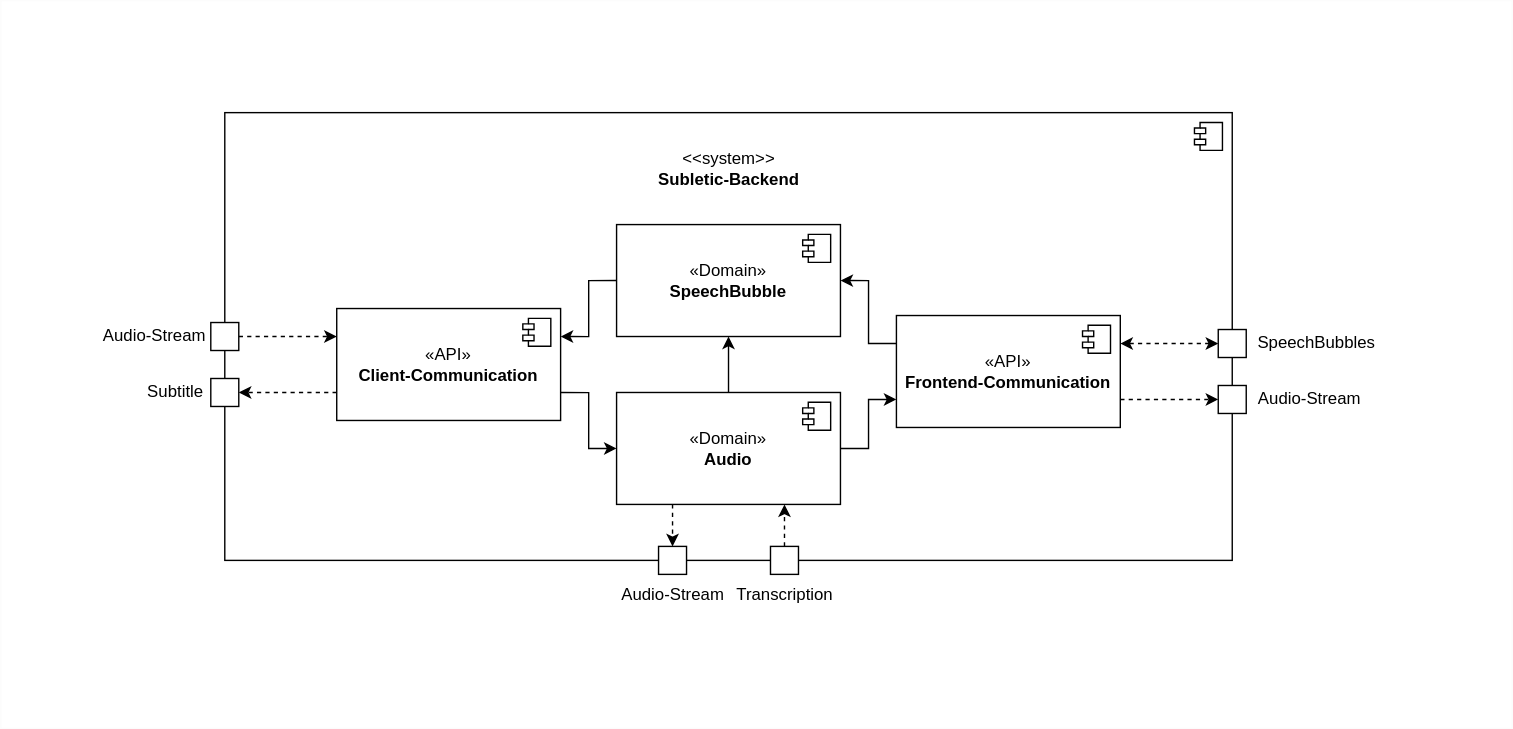
Before: TechnicalDocumentation/arc42/img/Bausteinsicht_1_Backend.drawio.svg, a diagram exported from draw.io (Subletic/Documentation). Source tidied: cells renumbered, new cells last; positions are measured from the earlier drawing's top-left corner, leaving out a move shared by most shapes. Its diagram source:
```xml
<mxGraphModel>
  <root>
    <mxCell id="0" />
    <mxCell id="1" parent="0" />
    <mxCell id="2" style="rounded=0;whiteSpace=wrap;html=1;strokeColor=#FCFCFC;" parent="1" vertex="1">
      <mxGeometry width="1080" height="520" as="geometry" />
    </mxCell>
    <mxCell id="3" style="html=1;whiteSpace=wrap;" parent="1" vertex="1">
      <mxGeometry x="160" y="80" width="720" height="320" as="geometry" />
    </mxCell>
    <mxCell id="4" style="shape=module;jettyWidth=8;jettyHeight=4;" parent="3" vertex="1">
      <mxGeometry x="1" width="20" height="20" relative="1" as="geometry">
        <mxPoint x="-27" y="7" as="offset" />
      </mxGeometry>
    </mxCell>
    <mxCell id="5" style="edgeStyle=orthogonalEdgeStyle;rounded=0;jettySize=auto;html=1;exitX=0;exitY=0.75;exitDx=0;exitDy=0;entryX=1;entryY=0.5;entryDx=0;entryDy=0;dashed=1;" parent="1" edge="1" source="6" target="24">
      <mxGeometry relative="1" as="geometry" />
    </mxCell>
    <mxCell id="6" value="«API»&lt;br&gt;&lt;b&gt;Client-Communication&lt;/b&gt;" style="html=1;whiteSpace=wrap;" parent="1" vertex="1">
      <mxGeometry x="240" y="220" width="160" height="80" as="geometry" />
    </mxCell>
    <mxCell id="7" style="shape=module;jettyWidth=8;jettyHeight=4;" parent="6" vertex="1">
      <mxGeometry x="1" width="20" height="20" relative="1" as="geometry">
        <mxPoint x="-27" y="7" as="offset" />
      </mxGeometry>
    </mxCell>
    <mxCell id="8" style="rounded=0;jettySize=auto;html=1;exitX=0.5;exitY=0;exitDx=0;exitDy=0;entryX=0.5;entryY=1;entryDx=0;entryDy=0;endArrow=classic;endFill=1;" parent="1" edge="1" source="10" target="12">
      <mxGeometry relative="1" as="geometry" />
    </mxCell>
    <mxCell id="9" style="edgeStyle=orthogonalEdgeStyle;rounded=0;jettySize=auto;html=1;exitX=0.25;exitY=1;exitDx=0;exitDy=0;entryX=0.5;entryY=0;entryDx=0;entryDy=0;dashed=1;" parent="1" edge="1" source="10" target="26">
      <mxGeometry relative="1" as="geometry" />
    </mxCell>
    <mxCell id="10" value="«Domain»&lt;br&gt;&lt;b&gt;Audio&lt;/b&gt;" style="html=1;whiteSpace=wrap;" parent="1" vertex="1">
      <mxGeometry x="440" y="280" width="160" height="80" as="geometry" />
    </mxCell>
    <mxCell id="11" style="shape=module;jettyWidth=8;jettyHeight=4;" parent="10" vertex="1">
      <mxGeometry x="1" width="20" height="20" relative="1" as="geometry">
        <mxPoint x="-27" y="7" as="offset" />
      </mxGeometry>
    </mxCell>
    <mxCell id="12" value="«Domain»&lt;br&gt;&lt;b&gt;SpeechBubble&lt;/b&gt;" style="html=1;whiteSpace=wrap;" parent="1" vertex="1">
      <mxGeometry x="440" y="160" width="160" height="80" as="geometry" />
    </mxCell>
    <mxCell id="13" style="shape=module;jettyWidth=8;jettyHeight=4;" parent="12" vertex="1">
      <mxGeometry x="1" width="20" height="20" relative="1" as="geometry">
        <mxPoint x="-27" y="7" as="offset" />
      </mxGeometry>
    </mxCell>
    <mxCell id="14" style="edgeStyle=orthogonalEdgeStyle;rounded=0;jettySize=auto;html=1;exitX=1;exitY=0.75;exitDx=0;exitDy=0;entryX=0;entryY=0.5;entryDx=0;entryDy=0;dashed=1;" parent="1" edge="1" source="15" target="33">
      <mxGeometry relative="1" as="geometry" />
    </mxCell>
    <mxCell id="15" value="«API»&lt;br&gt;&lt;b&gt;Frontend-Communication&lt;/b&gt;" style="html=1;whiteSpace=wrap;" parent="1" vertex="1">
      <mxGeometry x="640" y="225" width="160" height="80" as="geometry" />
    </mxCell>
    <mxCell id="16" style="shape=module;jettyWidth=8;jettyHeight=4;" parent="15" vertex="1">
      <mxGeometry x="1" width="20" height="20" relative="1" as="geometry">
        <mxPoint x="-27" y="7" as="offset" />
      </mxGeometry>
    </mxCell>
    <mxCell id="17" style="endArrow=classic;html=1;rounded=0;entryX=0;entryY=0.75;entryDx=0;entryDy=0;exitX=1;exitY=0.5;exitDx=0;exitDy=0;edgeStyle=orthogonalEdgeStyle;endFill=1;" parent="1" edge="1" source="10" target="15">
      <mxGeometry relative="1" as="geometry" />
    </mxCell>
    <mxCell id="18" style="endArrow=none;html=1;rounded=0;entryX=0;entryY=0.25;entryDx=0;entryDy=0;exitX=1;exitY=0.5;exitDx=0;exitDy=0;edgeStyle=orthogonalEdgeStyle;endFill=0;startArrow=classic;startFill=1;" parent="1" edge="1" source="12" target="15">
      <mxGeometry relative="1" as="geometry" />
    </mxCell>
    <mxCell id="19" style="endArrow=classic;html=1;rounded=0;entryX=0;entryY=0.5;entryDx=0;entryDy=0;exitX=1;exitY=0.75;exitDx=0;exitDy=0;edgeStyle=orthogonalEdgeStyle;endFill=1;" parent="1" edge="1" source="6" target="10">
      <mxGeometry relative="1" as="geometry" />
    </mxCell>
    <mxCell id="20" style="endArrow=none;html=1;rounded=0;entryX=0;entryY=0.5;entryDx=0;entryDy=0;exitX=1;exitY=0.25;exitDx=0;exitDy=0;edgeStyle=orthogonalEdgeStyle;startArrow=classic;startFill=1;" parent="1" edge="1" source="6" target="12">
      <mxGeometry relative="1" as="geometry" />
    </mxCell>
    <mxCell id="21" style="edgeStyle=orthogonalEdgeStyle;rounded=0;jettySize=auto;html=1;entryX=0;entryY=0.25;entryDx=0;entryDy=0;dashed=1;" parent="1" edge="1" source="22" target="6">
      <mxGeometry relative="1" as="geometry" />
    </mxCell>
    <mxCell id="22" style="rounded=0;whiteSpace=wrap;html=1;" parent="1" vertex="1">
      <mxGeometry x="150" y="230" width="20" height="20" as="geometry" />
    </mxCell>
    <mxCell id="23" value="Audio-Stream" style="text;html=1;strokeColor=none;fillColor=none;align=center;verticalAlign=middle;whiteSpace=wrap;rounded=0;" parent="1" vertex="1">
      <mxGeometry x="70" y="225" width="80" height="30" as="geometry" />
    </mxCell>
    <mxCell id="24" style="rounded=0;whiteSpace=wrap;html=1;" parent="1" vertex="1">
      <mxGeometry x="150" y="270" width="20" height="20" as="geometry" />
    </mxCell>
    <mxCell id="25" value="Subtitle" style="text;html=1;strokeColor=none;fillColor=none;align=center;verticalAlign=middle;whiteSpace=wrap;rounded=0;" parent="1" vertex="1">
      <mxGeometry x="100" y="265" width="50" height="30" as="geometry" />
    </mxCell>
    <mxCell id="26" style="rounded=0;whiteSpace=wrap;html=1;" parent="1" vertex="1">
      <mxGeometry x="470" y="390" width="20" height="20" as="geometry" />
    </mxCell>
    <mxCell id="27" style="edgeStyle=orthogonalEdgeStyle;rounded=0;jettySize=auto;html=1;exitX=0.5;exitY=0;exitDx=0;exitDy=0;entryX=0.75;entryY=1;entryDx=0;entryDy=0;dashed=1;" parent="1" edge="1" source="28" target="10">
      <mxGeometry relative="1" as="geometry" />
    </mxCell>
    <mxCell id="28" style="rounded=0;whiteSpace=wrap;html=1;" parent="1" vertex="1">
      <mxGeometry x="550" y="390" width="20" height="20" as="geometry" />
    </mxCell>
    <mxCell id="29" value="Transcription" style="text;html=1;align=center;verticalAlign=middle;strokeColor=none;fillColor=none;rotation=0;" parent="1" vertex="1">
      <mxGeometry x="515" y="410" width="90" height="30" as="geometry" />
    </mxCell>
    <mxCell id="30" value="Audio-Stream" style="text;html=1;align=center;verticalAlign=middle;strokeColor=none;fillColor=none;rotation=0;" parent="1" vertex="1">
      <mxGeometry x="430" y="410" width="100" height="30" as="geometry" />
    </mxCell>
    <mxCell id="31" style="edgeStyle=orthogonalEdgeStyle;rounded=0;jettySize=auto;html=1;exitX=0;exitY=0.5;exitDx=0;exitDy=0;entryX=1;entryY=0.25;entryDx=0;entryDy=0;dashed=1;startArrow=classic;startFill=1;" parent="1" edge="1" source="32" target="15">
      <mxGeometry relative="1" as="geometry" />
    </mxCell>
    <mxCell id="32" style="rounded=0;whiteSpace=wrap;html=1;" parent="1" vertex="1">
      <mxGeometry x="870" y="235" width="20" height="20" as="geometry" />
    </mxCell>
    <mxCell id="33" style="rounded=0;whiteSpace=wrap;html=1;" parent="1" vertex="1">
      <mxGeometry x="870" y="275" width="20" height="20" as="geometry" />
    </mxCell>
    <mxCell id="34" value="&lt;div&gt;&amp;lt;&amp;lt;system&amp;gt;&amp;gt;&lt;/div&gt;&lt;div&gt;&lt;b&gt;Subletic-Backend&lt;/b&gt;&lt;br&gt;&lt;/div&gt;" style="text;html=1;align=center;verticalAlign=middle;strokeColor=none;fillColor=none;" parent="1" vertex="1">
      <mxGeometry x="460" y="100" width="120" height="40" as="geometry" />
    </mxCell>
    <mxCell id="35" value="SpeechBubbles" style="text;html=1;align=center;verticalAlign=middle;strokeColor=none;fillColor=none;rotation=0;" parent="1" vertex="1">
      <mxGeometry x="885" y="230" width="110" height="30" as="geometry" />
    </mxCell>
    <mxCell id="36" value="Audio-Stream" style="text;html=1;align=center;verticalAlign=middle;strokeColor=none;fillColor=none;" parent="1" vertex="1">
      <mxGeometry x="885" y="270" width="100" height="30" as="geometry" />
    </mxCell>
  </root>
</mxGraphModel>
```
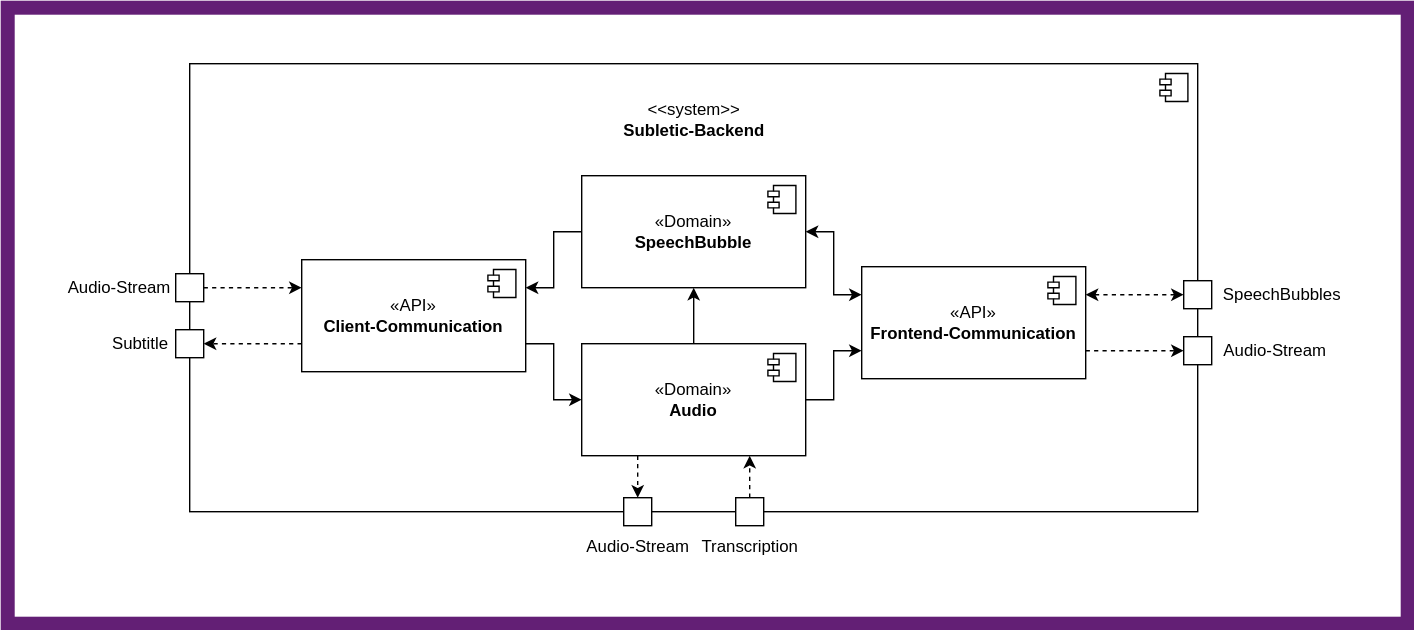
The same file after the commit.

What changed in the source:
```diff
@@ -2,8 +2,8 @@
   <root>
     <mxCell id="0" />
     <mxCell id="1" parent="0" />
-    <mxCell id="2" style="rounded=0;whiteSpace=wrap;html=1;strokeColor=#FCFCFC;" parent="1" vertex="1">
-      <mxGeometry width="1080" height="520" as="geometry" />
+    <mxCell id="2" style="rounded=0;whiteSpace=wrap;html=1;strokeColor=#631F75;strokeWidth=10;" parent="1" vertex="1">
+      <mxGeometry x="30" y="40" width="1000" height="440" as="geometry" />
     </mxCell>
     <mxCell id="3" style="html=1;whiteSpace=wrap;" parent="1" vertex="1">
       <mxGeometry x="160" y="80" width="720" height="320" as="geometry" />
@@ -60,7 +60,7 @@
     <mxCell id="17" style="endArrow=classic;html=1;rounded=0;entryX=0;entryY=0.75;entryDx=0;entryDy=0;exitX=1;exitY=0.5;exitDx=0;exitDy=0;edgeStyle=orthogonalEdgeStyle;endFill=1;" parent="1" edge="1" source="10" target="15">
       <mxGeometry relative="1" as="geometry" />
     </mxCell>
-    <mxCell id="18" style="endArrow=none;html=1;rounded=0;entryX=0;entryY=0.25;entryDx=0;entryDy=0;exitX=1;exitY=0.5;exitDx=0;exitDy=0;edgeStyle=orthogonalEdgeStyle;endFill=0;startArrow=classic;startFill=1;" parent="1" edge="1" source="12" target="15">
+    <mxCell id="18" style="endArrow=classic;html=1;rounded=0;entryX=0;entryY=0.25;entryDx=0;entryDy=0;exitX=1;exitY=0.5;exitDx=0;exitDy=0;edgeStyle=orthogonalEdgeStyle;endFill=1;startArrow=classic;startFill=1;" parent="1" edge="1" source="12" target="15">
       <mxGeometry relative="1" as="geometry" />
     </mxCell>
     <mxCell id="19" style="endArrow=classic;html=1;rounded=0;entryX=0;entryY=0.5;entryDx=0;entryDy=0;exitX=1;exitY=0.75;exitDx=0;exitDy=0;edgeStyle=orthogonalEdgeStyle;endFill=1;" parent="1" edge="1" source="6" target="10">
```
